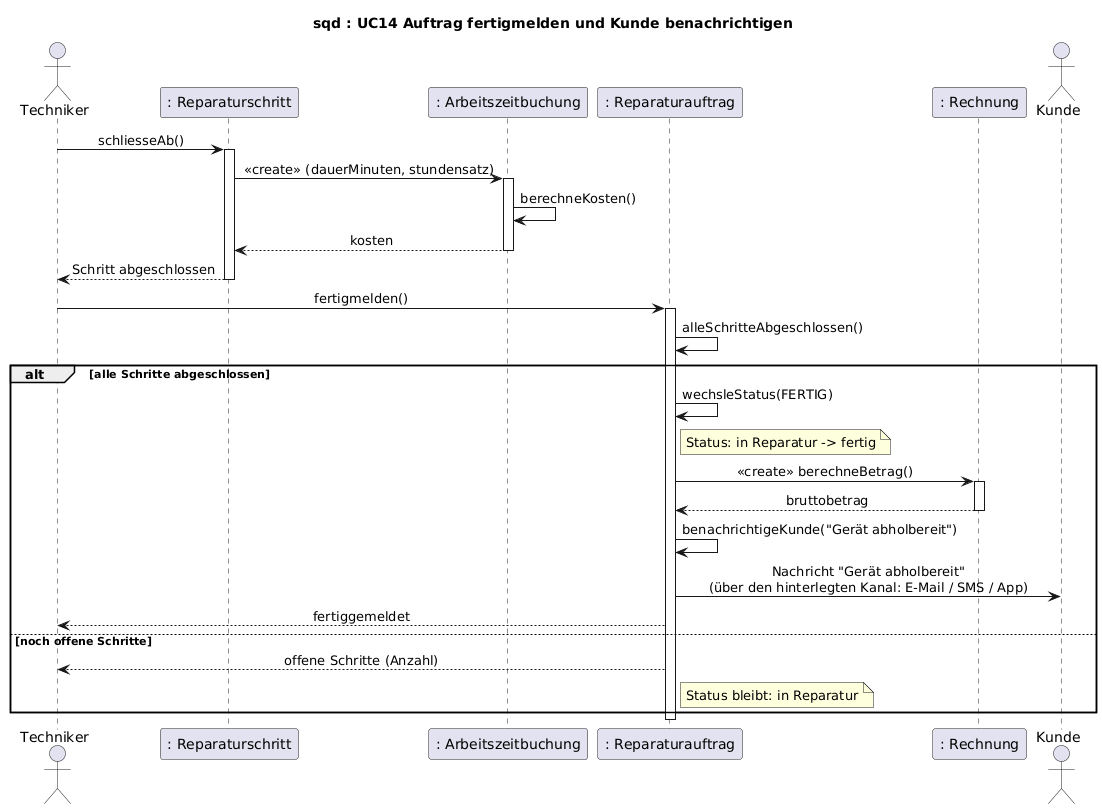
Earlier version of the PlantUML export uml/sequenz-04-fertigmeldung.png (jakobschwan123-cmd/casestudy-semester-3).
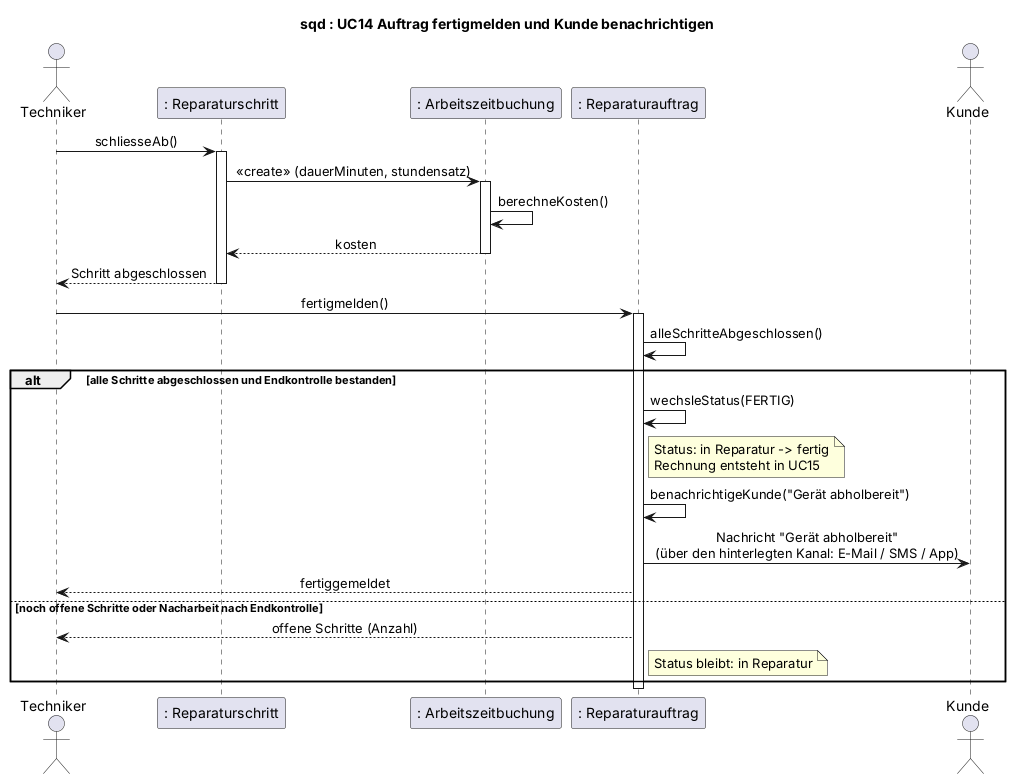
The same file after the commit.

What changed in the source:
```diff
@@ -6,7 +6,6 @@
 participant ": Reparaturschritt" as RS
 participant ": Arbeitszeitbuchung" as AZB
 participant ": Reparaturauftrag" as RA
-participant ": Rechnung" as RE
 actor Kunde
 
 Techniker -> RS : schliesseAb()
@@ -22,17 +21,13 @@
 Techniker -> RA : fertigmelden()
 activate RA
 RA -> RA : alleSchritteAbgeschlossen()
-alt alle Schritte abgeschlossen
+alt alle Schritte abgeschlossen und Endkontrolle bestanden
     RA -> RA : wechsleStatus(FERTIG)
-    note right of RA : Status: in Reparatur -> fertig
-    RA -> RE : <<create>> berechneBetrag()
-    activate RE
-    RE --> RA : bruttobetrag
-    deactivate RE
+    note right of RA : Status: in Reparatur -> fertig\nRechnung entsteht in UC15
     RA -> RA : benachrichtigeKunde("Gerät abholbereit")
     RA -> Kunde : Nachricht "Gerät abholbereit"\n(über den hinterlegten Kanal: E-Mail / SMS / App)
     RA --> Techniker : fertiggemeldet
-else noch offene Schritte
+else noch offene Schritte oder Nacharbeit nach Endkontrolle
     RA --> Techniker : offene Schritte (Anzahl)
     note right of RA : Status bleibt: in Reparatur
 end
```
